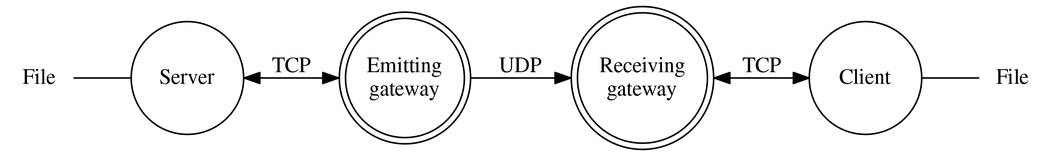
This is images/01_generalview.png from lfdla/bind, a Graphviz export, as it was before one commit. Its source is kept beside it as images/01_generalview.dot.
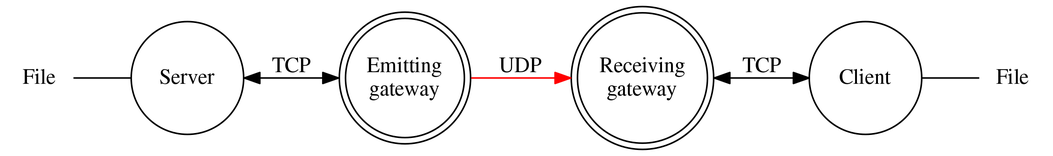
After the change.

Change to the diagram source:
```diff
@@ -11,7 +11,7 @@
 
 	fia -> serv [dir = none];
 	serv -> ega [dir = both, label = "TCP"];
-	ega -> rga [dir = normal, label = "UDP"];
+	ega -> rga [dir = normal, label = "UDP", color = red];
 	rga -> clie [dir = both, label = "TCP"];
 	clie -> fib [dir = none];
 }
```
